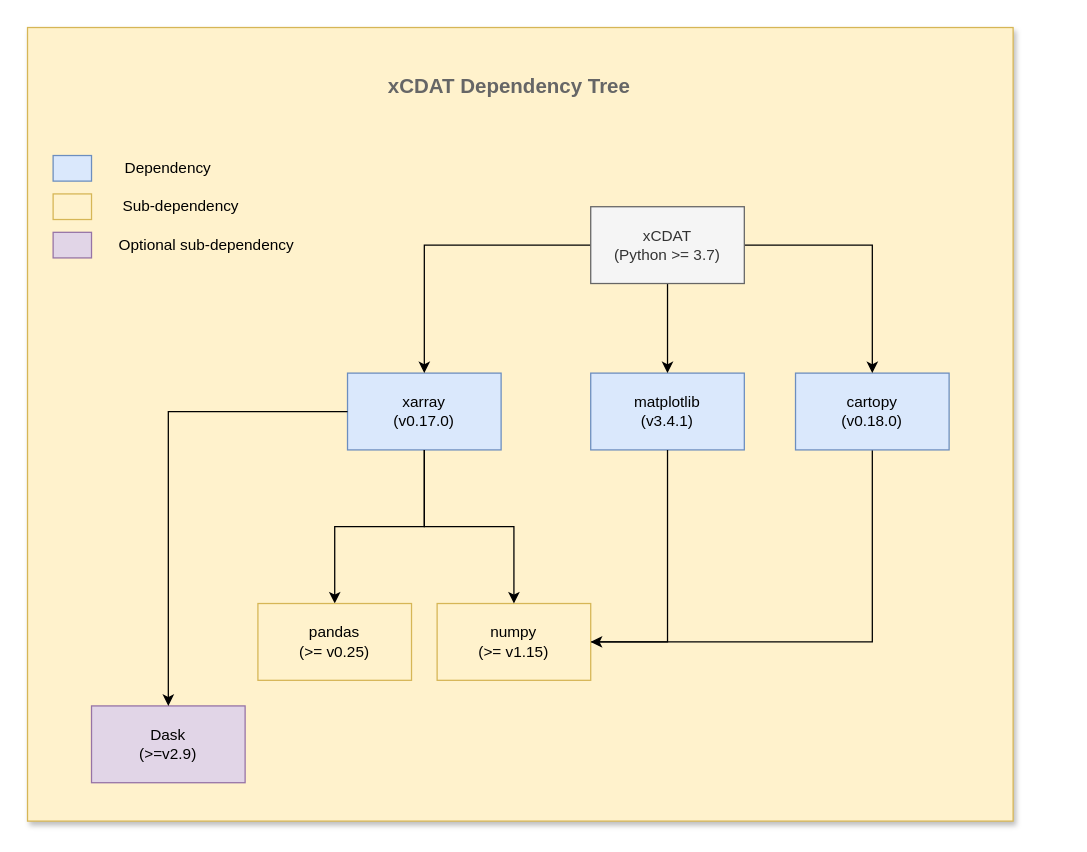
This is xcdat/Architecture Diagrams/dependencies.drawio from tomvothecoder/drawio, a draw.io file, before an edit. Source tidied: cells renumbered, new cells numbered last; positions are measured from the earlier drawing's top-left corner, leaving out a move shared by most shapes. Both pictures are drawn from the tidied source at 128%, with x=0, y=0 at pixel (27, 27).
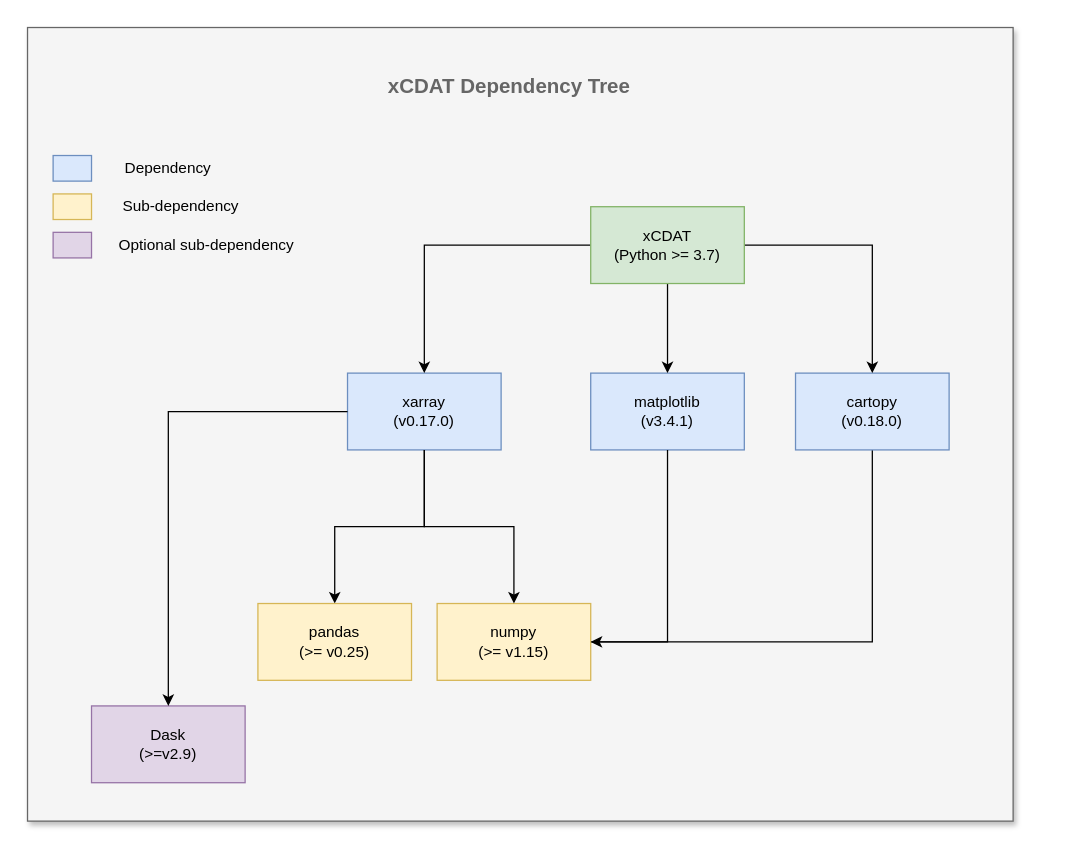
The same page after the edit.

Commit message (it also covers changes not shown here):
Add xcdat diagrams

The edit, as a diff of the source:
```diff
@@
-    <mxCell id="2" style="group;" parent="1" vertex="1">
-      <mxGeometry width="810" height="620" as="geometry" />
-    </mxCell>
-    <mxCell id="3" style="rounded=0;whiteSpace=wrap;html=1;shadow=1;fillColor=#fff2cc;strokeColor=#d6b656;" parent="2" vertex="1">
+    <mxCell id="3" style="rounded=0;whiteSpace=wrap;html=1;shadow=1;fillColor=#f5f5f5;strokeColor=#666666;fontColor=#333333;" parent="1" vertex="1">
       <mxGeometry width="770" height="620" as="geometry" />
     </mxCell>
-    <mxCell id="4" value="matplotlib&lt;br&gt;(v3.4.1)" style="rounded=0;whiteSpace=wrap;html=1;fillColor=#dae8fc;strokeColor=#6c8ebf;" parent="2" vertex="1">
+    <mxCell id="4" value="matplotlib&lt;br&gt;(v3.4.1)" style="rounded=0;whiteSpace=wrap;html=1;fillColor=#dae8fc;strokeColor=#6c8ebf;" parent="1" vertex="1">
       <mxGeometry x="440" y="270" width="120" height="60" as="geometry" />
     </mxCell>
-    <mxCell id="5" value="xarray&lt;br&gt;(v0.17.0)" style="rounded=0;whiteSpace=wrap;html=1;fillColor=#dae8fc;strokeColor=#6c8ebf;" parent="2" vertex="1">
+    <mxCell id="5" value="xarray&lt;br&gt;(v0.17.0)" style="rounded=0;whiteSpace=wrap;html=1;fillColor=#dae8fc;strokeColor=#6c8ebf;" parent="1" vertex="1">
       <mxGeometry x="250" y="270" width="120" height="60" as="geometry" />
     </mxCell>
-    <mxCell id="6" style="edgeStyle=orthogonalEdgeStyle;rounded=0;jettySize=auto;html=1;exitX=0.5;exitY=1;exitDx=0;exitDy=0;" parent="2" edge="1" source="7">
-      <mxGeometry relative="1" as="geometry">
+    <mxCell id="6" style="edgeStyle=orthogonalEdgeStyle;rounded=0;jettySize=auto;html=1;exitX=0.5;exitY=1;exitDx=0;exitDy=0;" parent="1" edge="1" source="7">
+      <mxGeometry x="10" y="40" as="geometry">
         <mxPoint x="390" y="480" as="targetPoint" />
         <Array as="points">
           <mxPoint x="660" y="480" />
         </Array>
       </mxGeometry>
     </mxCell>
-    <mxCell id="7" value="cartopy&lt;br&gt;(v0.18.0)" style="rounded=0;whiteSpace=wrap;html=1;fillColor=#dae8fc;strokeColor=#6c8ebf;" parent="2" vertex="1">
+    <mxCell id="7" value="cartopy&lt;br&gt;(v0.18.0)" style="rounded=0;whiteSpace=wrap;html=1;fillColor=#dae8fc;strokeColor=#6c8ebf;" parent="1" vertex="1">
       <mxGeometry x="600" y="270" width="120" height="60" as="geometry" />
     </mxCell>
-    <mxCell id="8" style="edgeStyle=orthogonalEdgeStyle;rounded=0;jettySize=auto;html=1;entryX=0.5;entryY=0;entryDx=0;entryDy=0;" parent="2" edge="1" source="11" target="5">
-      <mxGeometry relative="1" as="geometry" />
+    <mxCell id="8" style="edgeStyle=orthogonalEdgeStyle;rounded=0;jettySize=auto;html=1;entryX=0.5;entryY=0;entryDx=0;entryDy=0;" parent="1" edge="1" source="11" target="5">
+      <mxGeometry x="10" y="40" as="geometry" />
     </mxCell>
-    <mxCell id="9" style="edgeStyle=orthogonalEdgeStyle;rounded=0;jettySize=auto;html=1;" parent="2" edge="1" source="11" target="4">
-      <mxGeometry relative="1" as="geometry" />
+    <mxCell id="9" style="edgeStyle=orthogonalEdgeStyle;rounded=0;jettySize=auto;html=1;" parent="1" edge="1" source="11" target="4">
+      <mxGeometry x="10" y="40" as="geometry" />
     </mxCell>
-    <mxCell id="10" style="edgeStyle=orthogonalEdgeStyle;rounded=0;jettySize=auto;html=1;entryX=0.5;entryY=0;entryDx=0;entryDy=0;" parent="2" edge="1" source="11" target="7">
-      <mxGeometry relative="1" as="geometry" />
+    <mxCell id="10" style="edgeStyle=orthogonalEdgeStyle;rounded=0;jettySize=auto;html=1;entryX=0.5;entryY=0;entryDx=0;entryDy=0;" parent="1" edge="1" source="11" target="7">
+      <mxGeometry x="10" y="40" as="geometry" />
     </mxCell>
-    <mxCell id="11" value="xCDAT&lt;br&gt;(Python &amp;gt;= 3.7)" style="rounded=0;whiteSpace=wrap;html=1;fillColor=#f5f5f5;strokeColor=#666666;fontColor=#333333;" parent="2" vertex="1">
+    <mxCell id="11" value="xCDAT&lt;br&gt;(Python &amp;gt;= 3.7)" style="rounded=0;whiteSpace=wrap;html=1;fillColor=#d5e8d4;strokeColor=#82b366;" parent="1" vertex="1">
       <mxGeometry x="440" y="140" width="120" height="60" as="geometry" />
     </mxCell>
-    <mxCell id="12" value="numpy&lt;br&gt;(&amp;gt;= v1.15)" style="rounded=0;whiteSpace=wrap;html=1;fillColor=#fff2cc;strokeColor=#d6b656;" parent="2" vertex="1">
+    <mxCell id="12" value="numpy&lt;br&gt;(&amp;gt;= v1.15)" style="rounded=0;whiteSpace=wrap;html=1;fillColor=#fff2cc;strokeColor=#d6b656;" parent="1" vertex="1">
       <mxGeometry x="320" y="450" width="120" height="60" as="geometry" />
     </mxCell>
-    <mxCell id="13" style="edgeStyle=orthogonalEdgeStyle;rounded=0;jettySize=auto;html=1;entryX=1;entryY=0.5;entryDx=0;entryDy=0;" parent="2" edge="1" source="4" target="12">
-      <mxGeometry relative="1" as="geometry" />
+    <mxCell id="13" style="edgeStyle=orthogonalEdgeStyle;rounded=0;jettySize=auto;html=1;entryX=1;entryY=0.5;entryDx=0;entryDy=0;" parent="1" edge="1" source="4" target="12">
+      <mxGeometry x="10" y="40" as="geometry" />
     </mxCell>
-    <mxCell id="14" style="edgeStyle=orthogonalEdgeStyle;rounded=0;jettySize=auto;html=1;" parent="2" edge="1" source="5" target="12">
-      <mxGeometry relative="1" as="geometry" />
+    <mxCell id="14" style="edgeStyle=orthogonalEdgeStyle;rounded=0;jettySize=auto;html=1;" parent="1" edge="1" source="5" target="12">
+      <mxGeometry x="10" y="40" as="geometry" />
     </mxCell>
-    <mxCell id="15" style="edgeStyle=orthogonalEdgeStyle;rounded=0;jettySize=auto;html=1;exitX=0.5;exitY=1;exitDx=0;exitDy=0;" parent="2" edge="1" source="5" target="16">
-      <mxGeometry relative="1" as="geometry" />
+    <mxCell id="15" style="edgeStyle=orthogonalEdgeStyle;rounded=0;jettySize=auto;html=1;exitX=0.5;exitY=1;exitDx=0;exitDy=0;" parent="1" edge="1" source="5" target="16">
+      <mxGeometry x="10" y="40" as="geometry" />
     </mxCell>
-    <mxCell id="16" value="pandas&lt;br&gt;(&amp;gt;= v0.25)" style="rounded=0;whiteSpace=wrap;html=1;fillColor=#fff2cc;strokeColor=#d6b656;" parent="2" vertex="1">
+    <mxCell id="16" value="pandas&lt;br&gt;(&amp;gt;= v0.25)" style="rounded=0;whiteSpace=wrap;html=1;fillColor=#fff2cc;strokeColor=#d6b656;" parent="1" vertex="1">
       <mxGeometry x="180" y="450" width="120" height="60" as="geometry" />
     </mxCell>
-    <mxCell id="17" value="Dask&lt;br&gt;(&amp;gt;=v2.9)" style="rounded=0;whiteSpace=wrap;html=1;fillColor=#e1d5e7;strokeColor=#9673a6;" parent="2" vertex="1">
+    <mxCell id="17" value="Dask&lt;br&gt;(&amp;gt;=v2.9)" style="rounded=0;whiteSpace=wrap;html=1;fillColor=#e1d5e7;strokeColor=#9673a6;" parent="1" vertex="1">
       <mxGeometry x="50" y="530" width="120" height="60" as="geometry" />
     </mxCell>
-    <mxCell id="18" style="edgeStyle=orthogonalEdgeStyle;rounded=0;jettySize=auto;html=1;entryX=0.5;entryY=0;entryDx=0;entryDy=0;" parent="2" edge="1" source="5" target="17">
-      <mxGeometry relative="1" as="geometry" />
+    <mxCell id="18" style="edgeStyle=orthogonalEdgeStyle;rounded=0;jettySize=auto;html=1;entryX=0.5;entryY=0;entryDx=0;entryDy=0;" parent="1" edge="1" source="5" target="17">
+      <mxGeometry x="10" y="40" as="geometry" />
     </mxCell>
-    <mxCell id="19" style="group;" parent="2" vertex="1">
+    <mxCell id="19" style="group;" parent="1" vertex="1">
       <mxGeometry x="20" y="100" width="190" height="80" as="geometry" />
     </mxCell>
@@
-    <mxCell id="27" value="&lt;span id=&quot;docs-internal-guid-8bb9e2c3-7fff-5ca4-1591-3e1ce34edb6f&quot; style=&quot;&quot;&gt;&lt;span style=&quot;font-size: 12pt; font-family: arial; color: rgb(102, 102, 102); background-color: transparent; font-style: normal; font-variant: normal; text-decoration: none; vertical-align: baseline;&quot;&gt;xCDAT Dependency Tree&lt;/span&gt;&lt;/span&gt;" style="text;whiteSpace=wrap;html=1;fontStyle=1;" parent="2" vertex="1">
+    <mxCell id="27" value="&lt;span id=&quot;docs-internal-guid-8bb9e2c3-7fff-5ca4-1591-3e1ce34edb6f&quot; style=&quot;&quot;&gt;&lt;span style=&quot;font-size: 12pt; font-family: arial; color: rgb(102, 102, 102); background-color: transparent; font-style: normal; font-variant: normal; text-decoration: none; vertical-align: baseline;&quot;&gt;xCDAT Dependency Tree&lt;/span&gt;&lt;/span&gt;" style="text;whiteSpace=wrap;html=1;fontStyle=1;" parent="1" vertex="1">
       <mxGeometry x="280" y="30" width="250" height="30" as="geometry" />
     </mxCell>
```
